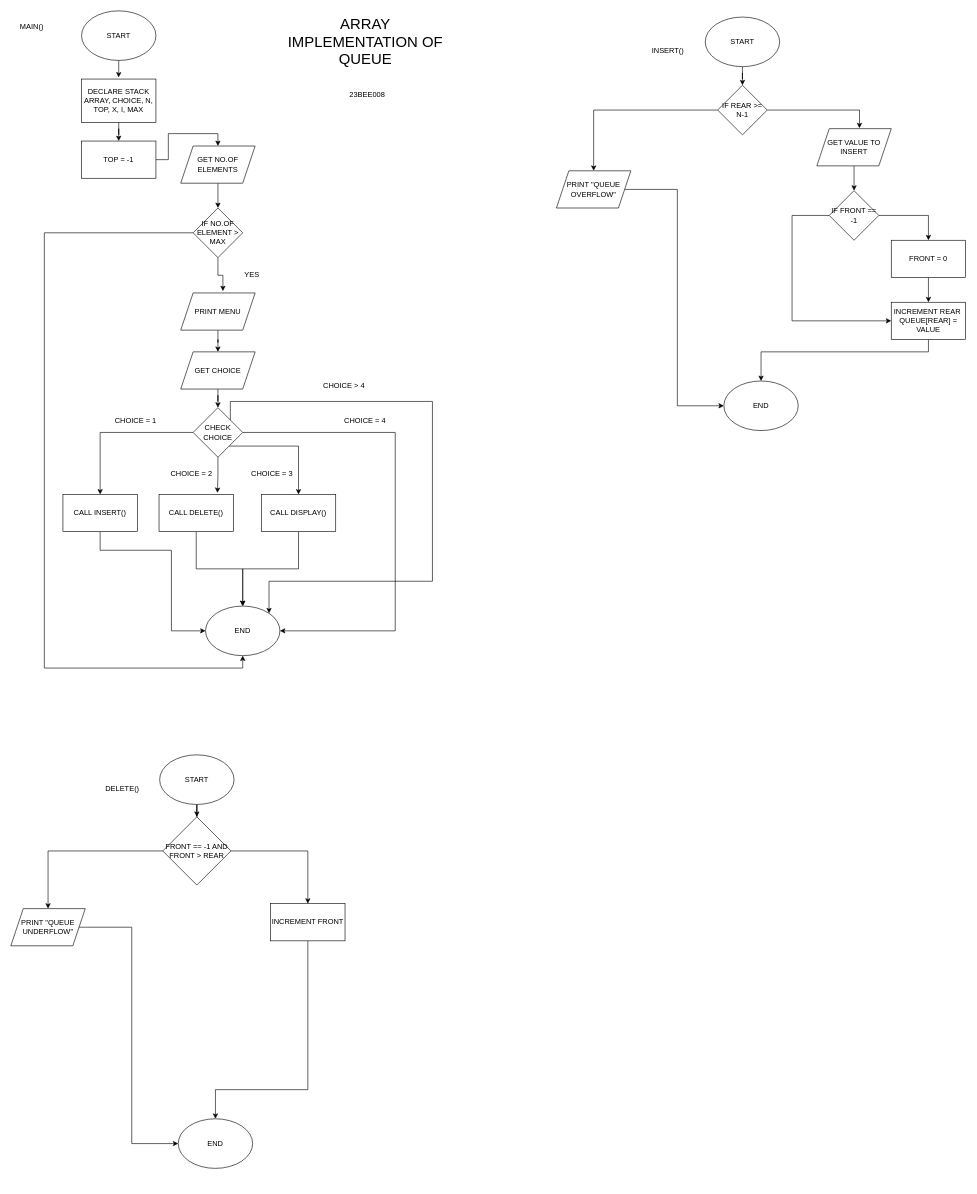
This is QUEUE.drawio from ahamril2265/DSA-LABS, a draw.io file, before an edit. Source tidied: cells renumbered, new cells numbered last; positions are measured from the earlier drawing's top-left corner, leaving out a move shared by most shapes. Both pictures are drawn from the tidied source at 62%, with x=0, y=0 at pixel (11, 11).
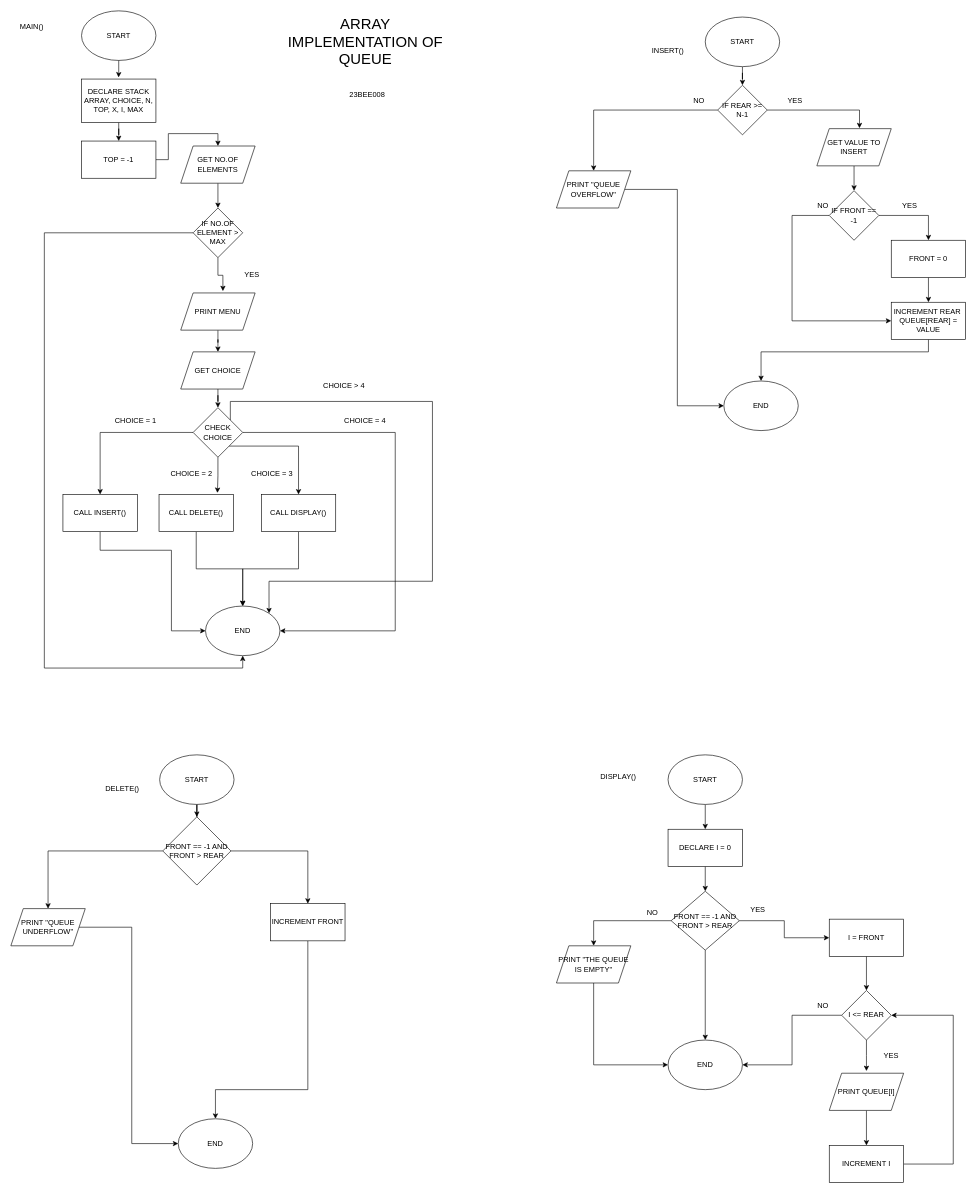
After the change.

Diff of the diagram source:
```diff
@@
+    <mxCell id="68" style="edgeStyle=orthogonalEdgeStyle;rounded=0;jettySize=auto;html=1;entryX=0.5;entryY=0;entryDx=0;entryDy=0;" parent="1" edge="1" source="69" target="76">
+      <mxGeometry relative="1" as="geometry" />
+    </mxCell>
+    <mxCell id="69" value="START" style="ellipse;whiteSpace=wrap;html=1;" parent="1" vertex="1">
+      <mxGeometry x="1060" y="1200" width="120" height="80" as="geometry" />
+    </mxCell>
+    <mxCell id="70" style="edgeStyle=orthogonalEdgeStyle;rounded=0;jettySize=auto;html=1;entryX=0.5;entryY=0;entryDx=0;entryDy=0;" parent="1" edge="1" source="72" target="77">
+      <mxGeometry relative="1" as="geometry" />
+    </mxCell>
+    <mxCell id="71" style="edgeStyle=orthogonalEdgeStyle;rounded=0;jettySize=auto;html=1;entryX=0.5;entryY=0;entryDx=0;entryDy=0;" parent="1" edge="1" source="72" target="81">
+      <mxGeometry relative="1" as="geometry" />
+    </mxCell>
+    <mxCell id="72" value="FRONT == -1 AND FRONT &amp;gt; REAR" style="rhombus;whiteSpace=wrap;html=1;" parent="1" vertex="1">
+      <mxGeometry x="1065" y="1420" width="110" height="95" as="geometry" />
+    </mxCell>
+    <mxCell id="73" style="edgeStyle=orthogonalEdgeStyle;rounded=0;jettySize=auto;html=1;entryX=0;entryY=0.5;entryDx=0;entryDy=0;" parent="1" edge="1" source="72" target="83">
+      <mxGeometry relative="1" as="geometry" />
+    </mxCell>
+    <mxCell id="74" value="DISPLAY()" style="text;html=1;whiteSpace=wrap;strokeColor=none;fillColor=none;align=center;verticalAlign=middle;rounded=0;" parent="1" vertex="1">
+      <mxGeometry x="950" y="1220" width="60" height="30" as="geometry" />
+    </mxCell>
+    <mxCell id="75" style="edgeStyle=orthogonalEdgeStyle;rounded=0;jettySize=auto;html=1;entryX=0.5;entryY=0;entryDx=0;entryDy=0;" parent="1" edge="1" source="76" target="72">
+      <mxGeometry relative="1" as="geometry" />
+    </mxCell>
+    <mxCell id="76" value="DECLARE I = 0" style="rounded=0;whiteSpace=wrap;html=1;" parent="1" vertex="1">
+      <mxGeometry x="1060" y="1320" width="120" height="60" as="geometry" />
+    </mxCell>
+    <mxCell id="77" value="END" style="ellipse;whiteSpace=wrap;html=1;" parent="1" vertex="1">
+      <mxGeometry x="1060" y="1660" width="120" height="80" as="geometry" />
+    </mxCell>
+    <mxCell id="78" value="YES" style="text;html=1;whiteSpace=wrap;strokeColor=none;fillColor=none;align=center;verticalAlign=middle;rounded=0;" parent="1" vertex="1">
+      <mxGeometry x="1175" y="1435" width="60" height="30" as="geometry" />
+    </mxCell>
+    <mxCell id="79" value="NO" style="text;html=1;whiteSpace=wrap;strokeColor=none;fillColor=none;align=center;verticalAlign=middle;rounded=0;" parent="1" vertex="1">
+      <mxGeometry x="1005" y="1440" width="60" height="30" as="geometry" />
+    </mxCell>
+    <mxCell id="80" style="edgeStyle=orthogonalEdgeStyle;rounded=0;jettySize=auto;html=1;entryX=0;entryY=0.5;entryDx=0;entryDy=0;" parent="1" edge="1" source="81" target="77">
+      <mxGeometry relative="1" as="geometry">
+        <Array as="points">
+          <mxPoint x="940" y="1700" />
+        </Array>
+      </mxGeometry>
+    </mxCell>
+    <mxCell id="81" value="PRINT &quot;THE QUEUE IS EMPTY&quot;" style="shape=parallelogram;perimeter=parallelogramPerimeter;whiteSpace=wrap;html=1;fixedSize=1;" parent="1" vertex="1">
+      <mxGeometry x="880" y="1508" width="120" height="60" as="geometry" />
+    </mxCell>
+    <mxCell id="82" style="edgeStyle=orthogonalEdgeStyle;rounded=0;jettySize=auto;html=1;entryX=0.5;entryY=0;entryDx=0;entryDy=0;" parent="1" edge="1" source="83" target="86">
+      <mxGeometry relative="1" as="geometry" />
+    </mxCell>
+    <mxCell id="83" value="I = FRONT" style="rounded=0;whiteSpace=wrap;html=1;" parent="1" vertex="1">
+      <mxGeometry x="1320" y="1465" width="120" height="60" as="geometry" />
+    </mxCell>
+    <mxCell id="84" style="edgeStyle=orthogonalEdgeStyle;rounded=0;jettySize=auto;html=1;" parent="1" edge="1" source="86">
+      <mxGeometry relative="1" as="geometry">
+        <mxPoint x="1380" y="1710" as="targetPoint" />
+      </mxGeometry>
+    </mxCell>
+    <mxCell id="85" style="edgeStyle=orthogonalEdgeStyle;rounded=0;jettySize=auto;html=1;entryX=1;entryY=0.5;entryDx=0;entryDy=0;" parent="1" edge="1" source="86" target="77">
+      <mxGeometry relative="1" as="geometry" />
+    </mxCell>
+    <mxCell id="86" value="I &amp;lt;= REAR" style="rhombus;whiteSpace=wrap;html=1;" parent="1" vertex="1">
+      <mxGeometry x="1340" y="1580" width="80" height="80" as="geometry" />
+    </mxCell>
+    <mxCell id="87" style="edgeStyle=orthogonalEdgeStyle;rounded=0;jettySize=auto;html=1;entryX=0.5;entryY=0;entryDx=0;entryDy=0;" parent="1" edge="1" source="88" target="90">
+      <mxGeometry relative="1" as="geometry" />
+    </mxCell>
+    <mxCell id="88" value="PRINT QUEUE[I]" style="shape=parallelogram;perimeter=parallelogramPerimeter;whiteSpace=wrap;html=1;fixedSize=1;" parent="1" vertex="1">
+      <mxGeometry x="1320" y="1713.5" width="120" height="60" as="geometry" />
+    </mxCell>
+    <mxCell id="89" style="edgeStyle=orthogonalEdgeStyle;rounded=0;jettySize=auto;html=1;entryX=1;entryY=0.5;entryDx=0;entryDy=0;" parent="1" edge="1" source="90" target="86">
+      <mxGeometry relative="1" as="geometry">
+        <Array as="points">
+          <mxPoint x="1520" y="1860" />
+          <mxPoint x="1520" y="1620" />
+        </Array>
+      </mxGeometry>
+    </mxCell>
+    <mxCell id="90" value="INCREMENT I" style="rounded=0;whiteSpace=wrap;html=1;" parent="1" vertex="1">
+      <mxGeometry x="1320" y="1830" width="120" height="60" as="geometry" />
+    </mxCell>
+    <mxCell id="91" value="NO" style="text;html=1;whiteSpace=wrap;strokeColor=none;fillColor=none;align=center;verticalAlign=middle;rounded=0;" parent="1" vertex="1">
+      <mxGeometry x="1280" y="1590" width="60" height="30" as="geometry" />
+    </mxCell>
+    <mxCell id="92" value="YES" style="text;html=1;whiteSpace=wrap;strokeColor=none;fillColor=none;align=center;verticalAlign=middle;rounded=0;" parent="1" vertex="1">
+      <mxGeometry x="1390" y="1670" width="60" height="30" as="geometry" />
+    </mxCell>
+    <mxCell id="93" value="NO" style="text;html=1;whiteSpace=wrap;strokeColor=none;fillColor=none;align=center;verticalAlign=middle;rounded=0;" parent="1" vertex="1">
+      <mxGeometry x="1080" y="130" width="60" height="30" as="geometry" />
+    </mxCell>
+    <mxCell id="94" value="YES" style="text;html=1;whiteSpace=wrap;strokeColor=none;fillColor=none;align=center;verticalAlign=middle;rounded=0;" parent="1" vertex="1">
+      <mxGeometry x="1235" y="130" width="60" height="30" as="geometry" />
+    </mxCell>
+    <mxCell id="95" value="NO" style="text;html=1;whiteSpace=wrap;strokeColor=none;fillColor=none;align=center;verticalAlign=middle;rounded=0;" parent="1" vertex="1">
+      <mxGeometry x="1280" y="300" width="60" height="30" as="geometry" />
+    </mxCell>
+    <mxCell id="96" value="YES" style="text;html=1;whiteSpace=wrap;strokeColor=none;fillColor=none;align=center;verticalAlign=middle;rounded=0;" parent="1" vertex="1">
+      <mxGeometry x="1420" y="300" width="60" height="30" as="geometry" />
+    </mxCell>
```
